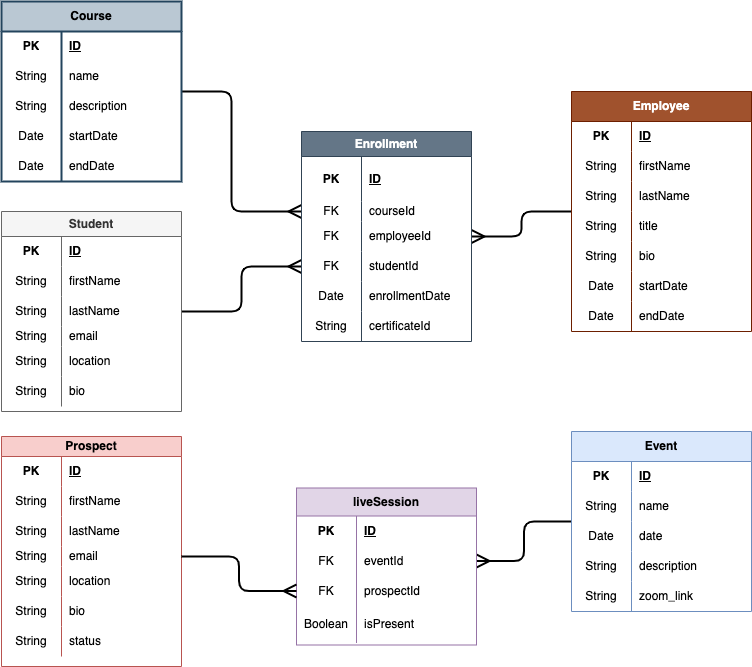
NextGen-Coders-Academy/website-1.0 keeps this draw.io diagram as assets/NextGenWebsite.drawio.png. Above is the earlier version. Source tidied: cells renumbered, new cells last; positions are measured from the earlier drawing's top-left corner, leaving out a move shared by most shapes.
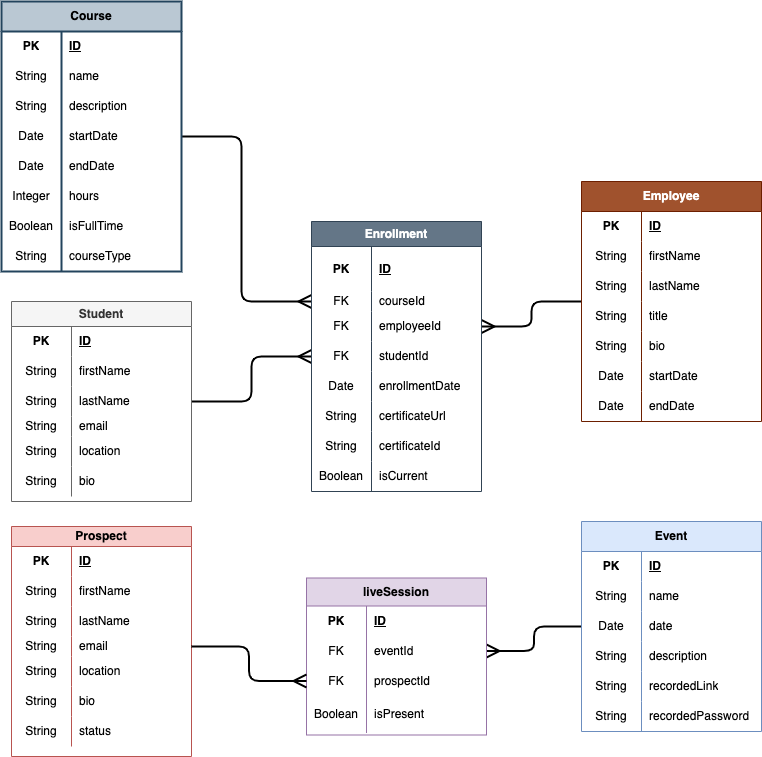
Above is the later version.

Diff of the diagram source:
```diff
@@ -68,16 +68,16 @@
     <mxCell id="23" value="status" style="shape=partialRectangle;fillColor=none;top=0;left=0;bottom=0;right=0;align=left;spacingLeft=6;overflow=hidden;html=1;whiteSpace=wrap;" parent="21" vertex="1">
       <mxGeometry x="60" width="120" height="30" as="geometry" />
     </mxCell>
-    <mxCell id="24" style="edgeStyle=orthogonalEdgeStyle;html=1;entryX=0;entryY=0.5;entryDx=0;entryDy=0;endArrow=ERmany;endFill=0;endSize=10;startSize=10;strokeWidth=2;" parent="1" edge="1" source="25" target="118">
+    <mxCell id="24" style="edgeStyle=orthogonalEdgeStyle;html=1;entryX=0;entryY=0.5;entryDx=0;entryDy=0;endArrow=ERmany;endFill=0;endSize=10;startSize=10;strokeWidth=2;exitX=1;exitY=0.5;exitDx=0;exitDy=0;" parent="1" edge="1" source="35" target="118">
       <mxGeometry relative="1" as="geometry">
         <Array as="points">
-          <mxPoint x="230" y="90" />
+          <mxPoint x="230" y="45" />
           <mxPoint x="230" y="210" />
         </Array>
       </mxGeometry>
     </mxCell>
     <mxCell id="25" value="Course" style="shape=table;startSize=30;rowLines=0;fontStyle=1;align=center;html=1;whiteSpace=wrap;fillColor=#bac8d3;strokeColor=#23445d;strokeWidth=2;" parent="1" vertex="1">
-      <mxGeometry width="180" height="180" as="geometry" />
+      <mxGeometry x="-10" y="-90" width="180" height="270" as="geometry" />
     </mxCell>
     <mxCell id="26" style="shape=tableRow;horizontal=0;startSize=0;swimlaneHead=0;swimlaneBody=0;fillColor=none;top=0;left=0;right=0;bottom=0;html=1;" parent="25" vertex="1">
       <mxGeometry y="30" width="180" height="30" as="geometry" />
@@ -124,6 +124,33 @@
     <mxCell id="40" value="endDate" style="shape=partialRectangle;fillColor=none;top=0;left=0;bottom=0;right=0;align=left;spacingLeft=6;overflow=hidden;html=1;whiteSpace=wrap;" parent="38" vertex="1">
       <mxGeometry x="60" width="120" height="30" as="geometry" />
     </mxCell>
+    <mxCell id="134" style="shape=tableRow;horizontal=0;startSize=0;swimlaneHead=0;swimlaneBody=0;fillColor=none;top=0;left=0;right=0;bottom=0;html=1;" parent="25" vertex="1">
+      <mxGeometry y="180" width="180" height="30" as="geometry" />
+    </mxCell>
+    <mxCell id="135" value="Integer" style="shape=partialRectangle;fillColor=none;top=0;left=0;bottom=0;right=0;overflow=hidden;html=1;whiteSpace=wrap;" parent="134" vertex="1">
+      <mxGeometry width="60" height="30" as="geometry" />
+    </mxCell>
+    <mxCell id="136" value="hours" style="shape=partialRectangle;fillColor=none;top=0;left=0;bottom=0;right=0;align=left;spacingLeft=6;overflow=hidden;html=1;whiteSpace=wrap;" parent="134" vertex="1">
+      <mxGeometry x="60" width="120" height="30" as="geometry" />
+    </mxCell>
+    <mxCell id="137" style="shape=tableRow;horizontal=0;startSize=0;swimlaneHead=0;swimlaneBody=0;fillColor=none;top=0;left=0;right=0;bottom=0;html=1;" parent="25" vertex="1">
+      <mxGeometry y="210" width="180" height="30" as="geometry" />
+    </mxCell>
+    <mxCell id="138" value="Boolean" style="shape=partialRectangle;fillColor=none;top=0;left=0;bottom=0;right=0;overflow=hidden;html=1;whiteSpace=wrap;" parent="137" vertex="1">
+      <mxGeometry width="60" height="30" as="geometry" />
+    </mxCell>
+    <mxCell id="139" value="isFullTime" style="shape=partialRectangle;fillColor=none;top=0;left=0;bottom=0;right=0;align=left;spacingLeft=6;overflow=hidden;html=1;whiteSpace=wrap;" parent="137" vertex="1">
+      <mxGeometry x="60" width="120" height="30" as="geometry" />
+    </mxCell>
+    <mxCell id="140" style="shape=tableRow;horizontal=0;startSize=0;swimlaneHead=0;swimlaneBody=0;fillColor=none;top=0;left=0;right=0;bottom=0;html=1;" parent="25" vertex="1">
+      <mxGeometry y="240" width="180" height="30" as="geometry" />
+    </mxCell>
+    <mxCell id="141" value="String" style="shape=partialRectangle;fillColor=none;top=0;left=0;bottom=0;right=0;overflow=hidden;html=1;whiteSpace=wrap;" parent="140" vertex="1">
+      <mxGeometry width="60" height="30" as="geometry" />
+    </mxCell>
+    <mxCell id="142" value="courseType" style="shape=partialRectangle;fillColor=none;top=0;left=0;bottom=0;right=0;align=left;spacingLeft=6;overflow=hidden;html=1;whiteSpace=wrap;" parent="140" vertex="1">
+      <mxGeometry x="60" width="120" height="30" as="geometry" />
+    </mxCell>
     <mxCell id="41" style="edgeStyle=orthogonalEdgeStyle;html=1;entryX=1;entryY=0.5;entryDx=0;entryDy=0;endArrow=ERmany;endFill=0;strokeWidth=2;endSize=10;startSize=10;" parent="1" edge="1" source="42" target="121">
       <mxGeometry relative="1" as="geometry" />
     </mxCell>
@@ -197,7 +224,7 @@
       <mxGeometry relative="1" as="geometry" />
     </mxCell>
     <mxCell id="65" value="Event" style="shape=table;startSize=30;rowLines=0;fontStyle=1;align=center;html=1;whiteSpace=wrap;fillColor=#dae8fc;strokeColor=#6c8ebf;" parent="1" vertex="1">
-      <mxGeometry x="570" y="430" width="180" height="180" as="geometry" />
+      <mxGeometry x="570" y="430" width="180" height="210" as="geometry" />
     </mxCell>
     <mxCell id="66" style="shape=tableRow;horizontal=0;startSize=0;swimlaneHead=0;swimlaneBody=0;fillColor=none;top=0;left=0;right=0;bottom=0;html=1;" parent="65" vertex="1">
       <mxGeometry y="30" width="180" height="30" as="geometry" />
@@ -241,9 +268,18 @@
     <mxCell id="79" value="String" style="shape=partialRectangle;fillColor=none;top=0;left=0;bottom=0;right=0;overflow=hidden;html=1;whiteSpace=wrap;" parent="78" vertex="1">
       <mxGeometry width="60" height="30" as="geometry" />
     </mxCell>
-    <mxCell id="80" value="zoom_link" style="shape=partialRectangle;fillColor=none;top=0;left=0;bottom=0;right=0;align=left;spacingLeft=6;overflow=hidden;html=1;whiteSpace=wrap;" parent="78" vertex="1">
+    <mxCell id="80" value="recordedLink" style="shape=partialRectangle;fillColor=none;top=0;left=0;bottom=0;right=0;align=left;spacingLeft=6;overflow=hidden;html=1;whiteSpace=wrap;" parent="78" vertex="1">
       <mxGeometry x="60" width="120" height="30" as="geometry" />
     </mxCell>
+    <mxCell id="143" style="shape=tableRow;horizontal=0;startSize=0;swimlaneHead=0;swimlaneBody=0;fillColor=none;top=0;left=0;right=0;bottom=0;html=1;" parent="65" vertex="1">
+      <mxGeometry y="180" width="180" height="30" as="geometry" />
+    </mxCell>
+    <mxCell id="144" value="String" style="shape=partialRectangle;fillColor=none;top=0;left=0;bottom=0;right=0;overflow=hidden;html=1;whiteSpace=wrap;" parent="143" vertex="1">
+      <mxGeometry width="60" height="30" as="geometry" />
+    </mxCell>
+    <mxCell id="145" value="recordedPassword" style="shape=partialRectangle;fillColor=none;top=0;left=0;bottom=0;right=0;align=left;spacingLeft=6;overflow=hidden;html=1;whiteSpace=wrap;" parent="143" vertex="1">
+      <mxGeometry x="60" width="120" height="30" as="geometry" />
+    </mxCell>
     <mxCell id="81" value="liveSession" style="shape=table;startSize=28;rowLines=0;fontStyle=1;align=center;html=1;whiteSpace=wrap;fillColor=#e1d5e7;strokeColor=#9673a6;" parent="1" vertex="1">
       <mxGeometry x="295" y="486.5" width="180" height="157" as="geometry" />
     </mxCell>
@@ -344,7 +380,7 @@
       <mxGeometry x="60" width="120" height="30" as="geometry" />
     </mxCell>
     <mxCell id="114" value="Enrollment" style="shape=table;startSize=25;rowLines=0;fontStyle=1;align=center;html=1;whiteSpace=wrap;fillColor=#647687;strokeColor=#314354;fontColor=#ffffff;" parent="1" vertex="1">
-      <mxGeometry x="300" y="130" width="170" height="210" as="geometry" />
+      <mxGeometry x="300" y="130" width="170" height="270" as="geometry" />
     </mxCell>
     <mxCell id="115" style="shape=tableRow;horizontal=0;startSize=0;swimlaneHead=0;swimlaneBody=0;fillColor=none;top=0;left=0;right=0;bottom=0;html=1;" parent="114" vertex="1">
       <mxGeometry y="25" width="170" height="45" as="geometry" />
@@ -397,9 +433,27 @@
     <mxCell id="131" value="String" style="shape=partialRectangle;fillColor=none;top=0;left=0;bottom=0;right=0;overflow=hidden;html=1;whiteSpace=wrap;" parent="130" vertex="1">
       <mxGeometry width="60" height="30" as="geometry" />
     </mxCell>
-    <mxCell id="132" value="certificateId" style="shape=partialRectangle;fillColor=none;top=0;left=0;bottom=0;right=0;align=left;spacingLeft=6;overflow=hidden;html=1;whiteSpace=wrap;" parent="130" vertex="1">
+    <mxCell id="132" value="certificateUrl" style="shape=partialRectangle;fillColor=none;top=0;left=0;bottom=0;right=0;align=left;spacingLeft=6;overflow=hidden;html=1;whiteSpace=wrap;" parent="130" vertex="1">
       <mxGeometry x="60" width="110" height="30" as="geometry" />
     </mxCell>
+    <mxCell id="146" style="shape=tableRow;horizontal=0;startSize=0;swimlaneHead=0;swimlaneBody=0;fillColor=none;top=0;left=0;right=0;bottom=0;html=1;" parent="114" vertex="1">
+      <mxGeometry y="210" width="170" height="30" as="geometry" />
+    </mxCell>
+    <mxCell id="147" value="String" style="shape=partialRectangle;fillColor=none;top=0;left=0;bottom=0;right=0;overflow=hidden;html=1;whiteSpace=wrap;" parent="146" vertex="1">
+      <mxGeometry width="60" height="30" as="geometry" />
+    </mxCell>
+    <mxCell id="148" value="certificateId" style="shape=partialRectangle;fillColor=none;top=0;left=0;bottom=0;right=0;align=left;spacingLeft=6;overflow=hidden;html=1;whiteSpace=wrap;" parent="146" vertex="1">
+      <mxGeometry x="60" width="110" height="30" as="geometry" />
+    </mxCell>
+    <mxCell id="149" style="shape=tableRow;horizontal=0;startSize=0;swimlaneHead=0;swimlaneBody=0;fillColor=none;top=0;left=0;right=0;bottom=0;html=1;" parent="114" vertex="1">
+      <mxGeometry y="240" width="170" height="30" as="geometry" />
+    </mxCell>
+    <mxCell id="150" value="Boolean" style="shape=partialRectangle;fillColor=none;top=0;left=0;bottom=0;right=0;overflow=hidden;html=1;whiteSpace=wrap;" parent="149" vertex="1">
+      <mxGeometry width="60" height="30" as="geometry" />
+    </mxCell>
+    <mxCell id="151" value="isCurrent" style="shape=partialRectangle;fillColor=none;top=0;left=0;bottom=0;right=0;align=left;spacingLeft=6;overflow=hidden;html=1;whiteSpace=wrap;" parent="149" vertex="1">
+      <mxGeometry x="60" width="110" height="30" as="geometry" />
+    </mxCell>
     <mxCell id="133" style="edgeStyle=orthogonalEdgeStyle;html=1;entryX=0;entryY=0.5;entryDx=0;entryDy=0;endArrow=ERmany;endFill=0;exitX=1;exitY=0.5;exitDx=0;exitDy=0;endSize=10;startSize=10;strokeWidth=2;" parent="1" edge="1" source="12" target="88">
       <mxGeometry relative="1" as="geometry" />
     </mxCell>
```
